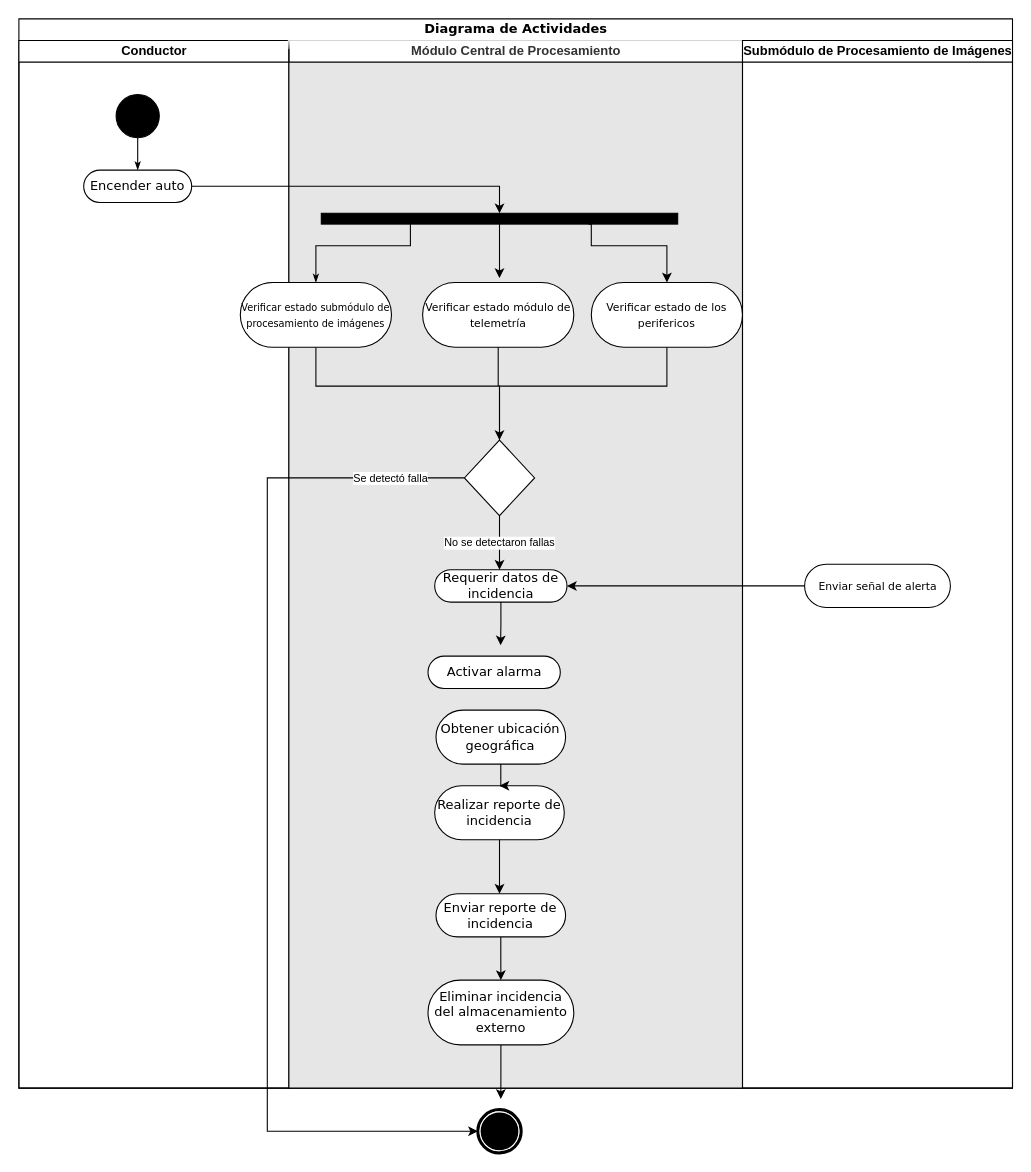
The draw.io diagram diagrama_activiades.drawio in alangamboa97/TT, before the edit. Source tidied: cells renumbered, new cells numbered last; positions are measured from the earlier drawing's top-left corner, leaving out a move shared by most shapes. Both pictures are drawn from the tidied source at 108%, with x=0, y=0 at pixel (18, 18).
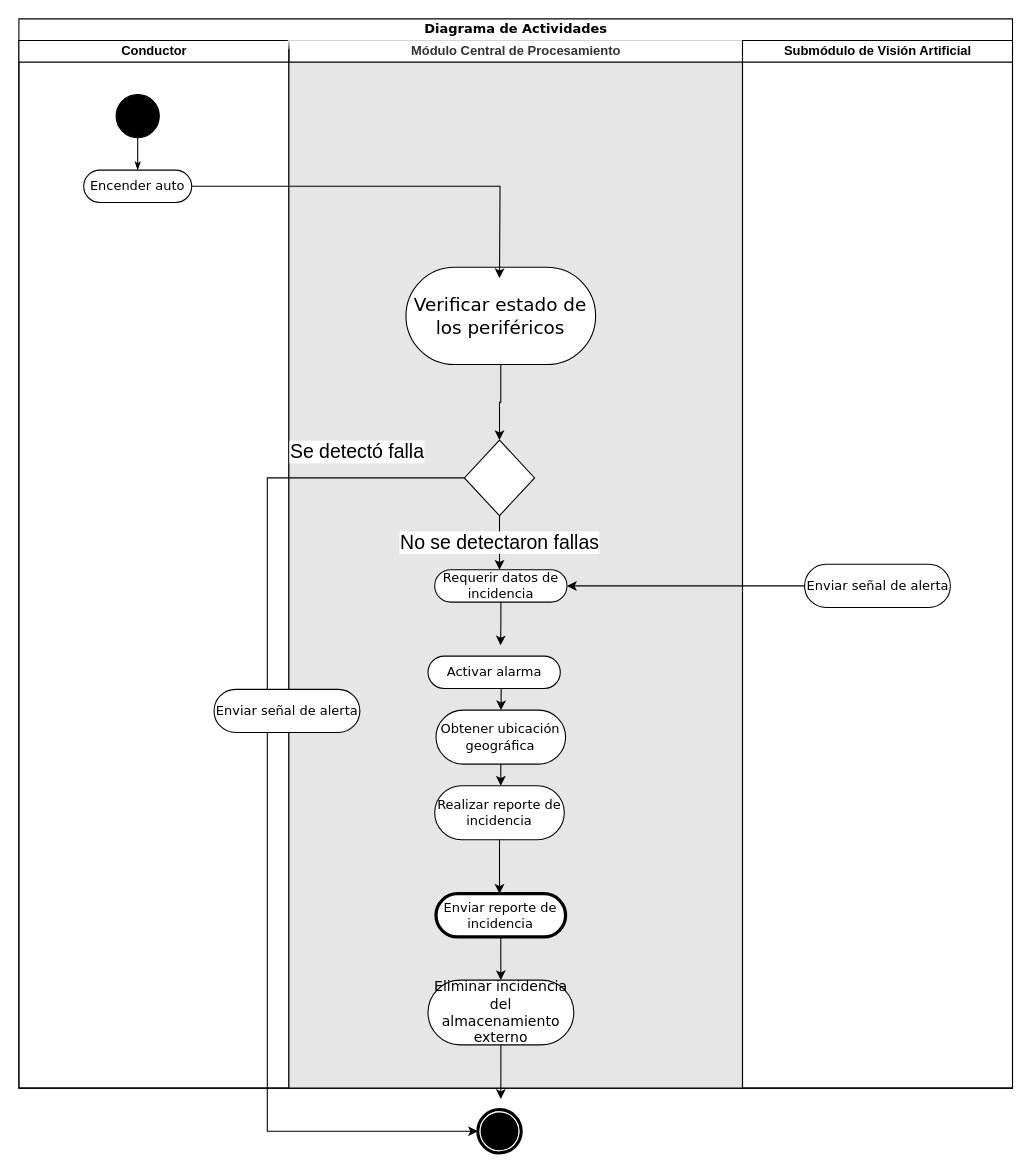
After the change.

Unchanged cells that the change refers to:
```xml
<mxCell id="2" value="Diagrama de Actividades" style="swimlane;html=1;startSize=20;rounded=0;shadow=0;comic=0;labelBackgroundColor=none;strokeWidth=1;fontFamily=Verdana;fontSize=12;align=center;" parent="1" vertex="1">
  <mxGeometry width="920" height="990" as="geometry" />
</mxCell>
<mxCell id="5" value="Encender auto" style="rounded=1;whiteSpace=wrap;html=1;shadow=0;comic=0;labelBackgroundColor=none;strokeWidth=1;fontFamily=Verdana;fontSize=12;align=center;arcSize=50;" parent="3" vertex="1">
  <mxGeometry x="60" y="120" width="100" height="30" as="geometry" />
</mxCell>
<mxCell id="7" value="Módulo Central de Procesamiento" style="swimlane;html=1;startSize=20;swimlaneFillColor=#E6E6E6;fillColor=none;fontColor=#333333;strokeColor=default;glass=1;" parent="2" vertex="1">
  <mxGeometry x="250" y="20" width="420" height="970" as="geometry" />
</mxCell>
<mxCell id="16" style="rhombus;whiteSpace=wrap;html=1;glass=1;fontSize=10;" parent="7" vertex="1">
  <mxGeometry x="162.5" y="370" width="65" height="70" as="geometry" />
</mxCell>
<mxCell id="18" value="Realizar reporte de incidencia" style="rounded=1;whiteSpace=wrap;html=1;shadow=0;comic=0;labelBackgroundColor=none;strokeWidth=1;fontFamily=Verdana;fontSize=12;align=center;arcSize=50;" parent="7" vertex="1">
  <mxGeometry x="135" y="690" width="120" height="50" as="geometry" />
</mxCell>
<mxCell id="23" value="Obtener ubicación geográfica" style="rounded=1;whiteSpace=wrap;html=1;shadow=0;comic=0;labelBackgroundColor=none;strokeWidth=1;fontFamily=Verdana;fontSize=12;align=center;arcSize=50;" parent="7" vertex="1">
  <mxGeometry x="136.2" y="620" width="120" height="50" as="geometry" />
</mxCell>
<mxCell id="24" value="Activar alarma" style="rounded=1;whiteSpace=wrap;html=1;shadow=0;comic=0;labelBackgroundColor=none;strokeWidth=1;fontFamily=Verdana;fontSize=12;align=center;arcSize=50;" parent="7" vertex="1">
  <mxGeometry x="128.8" y="570" width="122.5" height="30" as="geometry" />
</mxCell>
<mxCell id="31" style="edgeStyle=orthogonalEdgeStyle;rounded=0;jettySize=auto;html=1;entryX=0;entryY=0.5;entryDx=0;entryDy=0;fontSize=10;" parent="1" edge="1" source="16" target="30">
  <mxGeometry relative="1" as="geometry">
    <Array as="points">
      <mxPoint x="230" y="425" />
      <mxPoint x="230" y="1030" />
    </Array>
  </mxGeometry>
</mxCell>
```

The edit, as a diff of the source:
```diff
@@
-    <mxCell id="8" style="whiteSpace=wrap;html=1;rounded=0;shadow=0;comic=0;labelBackgroundColor=none;strokeWidth=1;fillColor=#000000;fontFamily=Verdana;fontSize=12;align=center;rotation=0;" parent="7" vertex="1">
-      <mxGeometry x="30" y="160" width="330" height="10" as="geometry" />
-    </mxCell>
@@
-    <mxCell id="10" value="&lt;font style=&quot;font-size: 10px;&quot;&gt;Verificar estado módulo de telemetría&lt;/font&gt;" style="rounded=1;whiteSpace=wrap;html=1;shadow=0;comic=0;labelBackgroundColor=none;strokeWidth=1;fontFamily=Verdana;fontSize=12;align=center;arcSize=50;" parent="7" vertex="1">
-      <mxGeometry x="123.8" y="224" width="140" height="60" as="geometry" />
-    </mxCell>
-    <mxCell id="11" style="edgeStyle=orthogonalEdgeStyle;rounded=0;jettySize=auto;html=1;fontSize=10;" parent="7" edge="1" source="12" target="16">
-      <mxGeometry relative="1" as="geometry">
-        <Array as="points">
-          <mxPoint x="25" y="320" />
-          <mxPoint x="195" y="320" />
-        </Array>
-      </mxGeometry>
-    </mxCell>
-    <mxCell id="12" value="&lt;font style=&quot;font-size: 9px;&quot;&gt;Verificar estado submódulo de procesamiento de imágenes&lt;/font&gt;" style="rounded=1;whiteSpace=wrap;html=1;shadow=0;comic=0;labelBackgroundColor=none;strokeWidth=1;fontFamily=Verdana;fontSize=12;align=center;arcSize=50;" parent="7" vertex="1">
-      <mxGeometry x="-45" y="224" width="140" height="60" as="geometry" />
-    </mxCell>
-    <mxCell id="13" style="edgeStyle=orthogonalEdgeStyle;rounded=0;jettySize=auto;html=1;fontSize=10;endArrow=none;endFill=0;" parent="7" edge="1" source="14" target="16">
-      <mxGeometry relative="1" as="geometry">
-        <Array as="points">
-          <mxPoint x="350" y="320" />
-          <mxPoint x="195" y="320" />
-        </Array>
-      </mxGeometry>
+    <mxCell id="13" style="edgeStyle=orthogonalEdgeStyle;rounded=0;jettySize=auto;html=1;fontSize=15;" parent="7" edge="1" source="14" target="16">
+      <mxGeometry relative="1" as="geometry" />
     </mxCell>
-    <mxCell id="14" value="&lt;font style=&quot;font-size: 10px;&quot;&gt;Verificar estado de los perifericos&lt;/font&gt;" style="rounded=1;whiteSpace=wrap;html=1;shadow=0;comic=0;labelBackgroundColor=none;strokeWidth=1;fontFamily=Verdana;fontSize=12;align=center;arcSize=50;" parent="7" vertex="1">
-      <mxGeometry x="280" y="224" width="140" height="60" as="geometry" />
+    <mxCell id="14" value="&lt;span style=&quot;font-size: 17px;&quot;&gt;Verificar estado de los periféricos&lt;/span&gt;" style="rounded=1;whiteSpace=wrap;html=1;shadow=0;comic=0;labelBackgroundColor=none;strokeWidth=1;fontFamily=Verdana;fontSize=12;align=center;arcSize=50;" parent="7" vertex="1">
+      <mxGeometry x="108.4" y="210" width="175.6" height="90" as="geometry" />
     </mxCell>
-    <mxCell id="15" style="edgeStyle=orthogonalEdgeStyle;rounded=0;html=1;exitX=0.25;exitY=1;entryX=0.5;entryY=0;labelBackgroundColor=none;startArrow=none;startFill=0;startSize=5;endArrow=classicThin;endFill=1;endSize=5;jettySize=auto;strokeWidth=1;fontFamily=Verdana;fontSize=12;entryDx=0;entryDy=0;" parent="7" edge="1" source="8" target="12">
-      <mxGeometry relative="1" as="geometry">
-        <Array as="points">
-          <mxPoint x="113" y="190" />
-          <mxPoint x="25" y="190" />
-        </Array>
-      </mxGeometry>
-    </mxCell>
@@
-    <mxCell id="17" style="edgeStyle=orthogonalEdgeStyle;rounded=0;jettySize=auto;html=1;fontSize=10;entryX=0.5;entryY=0;entryDx=0;entryDy=0;exitX=0.75;exitY=1;exitDx=0;exitDy=0;" parent="7" edge="1" source="8" target="14">
-      <mxGeometry relative="1" as="geometry">
-        <Array as="points">
-          <mxPoint x="280" y="170" />
-          <mxPoint x="280" y="190" />
-          <mxPoint x="350" y="190" />
-        </Array>
-      </mxGeometry>
-    </mxCell>
@@
-    <mxCell id="20" value="Enviar reporte de incidencia" style="rounded=1;whiteSpace=wrap;html=1;shadow=0;comic=0;labelBackgroundColor=none;strokeWidth=1;fontFamily=Verdana;fontSize=12;align=center;arcSize=50;" parent="7" vertex="1">
+    <mxCell id="20" value="Enviar reporte de incidencia" style="rounded=1;whiteSpace=wrap;html=1;shadow=0;comic=0;labelBackgroundColor=none;strokeWidth=3;fontFamily=Verdana;fontSize=12;align=center;arcSize=50;" parent="7" vertex="1">
       <mxGeometry x="136.2" y="790" width="120" height="40" as="geometry" />
     </mxCell>
-    <mxCell id="21" value="Eliminar incidencia del almacenamiento externo" style="rounded=1;whiteSpace=wrap;html=1;shadow=0;comic=0;labelBackgroundColor=none;strokeWidth=1;fontFamily=Verdana;fontSize=12;align=center;arcSize=50;" parent="7" vertex="1">
+    <mxCell id="21" value="&lt;font style=&quot;font-size: 13px;&quot;&gt;Eliminar incidencia del almacenamiento externo&lt;/font&gt;" style="rounded=1;whiteSpace=wrap;html=1;shadow=0;comic=0;labelBackgroundColor=none;strokeWidth=1;fontFamily=Verdana;fontSize=12;align=center;arcSize=50;" parent="7" vertex="1">
       <mxGeometry x="128.8" y="870" width="135" height="60" as="geometry" />
     </mxCell>
     <mxCell id="22" style="edgeStyle=orthogonalEdgeStyle;rounded=0;jettySize=auto;html=1;fontSize=10;" parent="7" edge="1" source="23" target="18">
-      <mxGeometry relative="1" as="geometry" />
+      <mxGeometry relative="1" as="geometry">
+        <Array as="points">
+          <mxPoint x="195" y="690" />
+          <mxPoint x="195" y="690" />
+        </Array>
+      </mxGeometry>
     </mxCell>
@@
+    <mxCell id="38" style="endArrow=classic;html=1;rounded=0;exitX=0.553;exitY=0.987;exitDx=0;exitDy=0;exitPerimeter=0;" parent="7" edge="1" source="24" target="23">
+      <mxGeometry relative="1" as="geometry" />
+    </mxCell>
-    <mxCell id="25" value="Submódulo de Procesamiento de Imágenes" style="swimlane;html=1;startSize=20;" parent="2" vertex="1">
+    <mxCell id="25" value="Submódulo de Visión Artificial" style="swimlane;html=1;startSize=20;" parent="2" vertex="1">
       <mxGeometry x="670" y="20" width="250" height="970" as="geometry" />
     </mxCell>
-    <mxCell id="26" value="&lt;span style=&quot;font-size: 10px;&quot;&gt;Enviar señal de alerta&lt;/span&gt;" style="rounded=1;whiteSpace=wrap;html=1;shadow=0;comic=0;labelBackgroundColor=none;strokeWidth=1;fontFamily=Verdana;fontSize=12;align=center;arcSize=50;" parent="25" vertex="1">
+    <mxCell id="26" value="&lt;font style=&quot;font-size: 12px;&quot;&gt;Enviar señal de alerta&lt;/font&gt;" style="rounded=1;whiteSpace=wrap;html=1;shadow=0;comic=0;labelBackgroundColor=none;strokeWidth=1;fontFamily=Verdana;fontSize=12;align=center;arcSize=50;" parent="25" vertex="1">
       <mxGeometry x="57.5" y="485" width="135" height="40" as="geometry" />
     </mxCell>
@@
-    <mxCell id="28" style="edgeStyle=orthogonalEdgeStyle;rounded=0;jettySize=auto;html=1;entryX=0.5;entryY=0;entryDx=0;entryDy=0;fontSize=10;endArrow=classic;endFill=1;" parent="2" edge="1" source="5" target="8">
-      <mxGeometry relative="1" as="geometry" />
-    </mxCell>
-    <mxCell id="29" style="edgeStyle=orthogonalEdgeStyle;rounded=0;jettySize=auto;html=1;fontSize=10;" parent="1" edge="1" source="8">
+    <mxCell id="29" style="edgeStyle=orthogonalEdgeStyle;rounded=0;jettySize=auto;html=1;fontSize=10;exitX=1;exitY=0.5;exitDx=0;exitDy=0;" parent="1" edge="1" source="5">
       <mxGeometry relative="1" as="geometry">
         <mxPoint x="445" y="240" as="targetPoint" />
       </mxGeometry>
     </mxCell>
@@
-    <mxCell id="32" value="Se detectó falla" style="edgeLabel;html=1;align=center;verticalAlign=middle;fontSize=10;" parent="31" vertex="1">
-      <mxGeometry x="-0.86" y="-1" relative="1" as="geometry" />
+    <mxCell id="32" value="Se detectó falla" style="edgeLabel;html=1;align=center;verticalAlign=middle;fontSize=18;" parent="31" vertex="1">
+      <mxGeometry x="-0.86" y="-1" relative="1" as="geometry">
+        <mxPoint x="-31" y="-24" as="offset" />
+      </mxGeometry>
     </mxCell>
-    <mxCell id="33" value="No se detectaron fallas" style="edgeStyle=orthogonalEdgeStyle;rounded=0;jettySize=auto;html=1;fontSize=10;" parent="1" edge="1" source="16">
+    <mxCell id="33" value="&lt;font style=&quot;font-size: 18px;&quot;&gt;No se detectaron fallas&lt;/font&gt;" style="edgeStyle=orthogonalEdgeStyle;rounded=0;jettySize=auto;html=1;fontSize=10;" parent="1" edge="1" source="16">
       <mxGeometry relative="1" as="geometry">
         <mxPoint x="445" y="510" as="targetPoint" />
         <Array as="points">
           <mxPoint x="445" y="470" />
           <mxPoint x="445" y="470" />
         </Array>
       </mxGeometry>
     </mxCell>
@@
-    <mxCell id="36" style="edgeStyle=orthogonalEdgeStyle;rounded=0;jettySize=auto;html=1;fontSize=10;endArrow=none;endFill=0;" parent="1" edge="1" source="10">
-      <mxGeometry relative="1" as="geometry">
-        <mxPoint x="443.8" y="340" as="targetPoint" />
-        <Array as="points">
-          <mxPoint x="444" y="320" />
-          <mxPoint x="444" y="320" />
-        </Array>
-      </mxGeometry>
-    </mxCell>
@@
+    <mxCell id="39" value="&lt;font style=&quot;font-size: 12px;&quot;&gt;Enviar señal de alerta&lt;/font&gt;" style="rounded=1;whiteSpace=wrap;html=1;shadow=0;comic=0;labelBackgroundColor=none;strokeWidth=1;fontFamily=Verdana;fontSize=12;align=center;arcSize=50;" parent="1" vertex="1">
+      <mxGeometry x="180.7" y="620.8" width="135" height="40" as="geometry" />
+    </mxCell>
```
